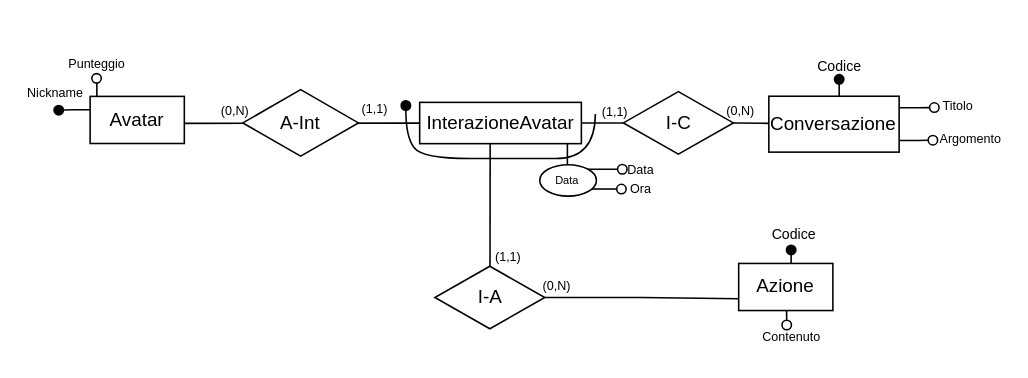
Earlier version of the draw.io diagram WP1/Pattern/AttributoDiRelazione/ReificazioneDiAttributoDiRelazioneDopo.drawio (pnocerino/BasiDiDati). Source tidied: cells renumbered, new cells numbered last; positions are measured from the earlier drawing's top-left corner, leaving out a move shared by most shapes. Both pictures are drawn from the tidied source at 157%, with x=0, y=0 at pixel (31, 42).
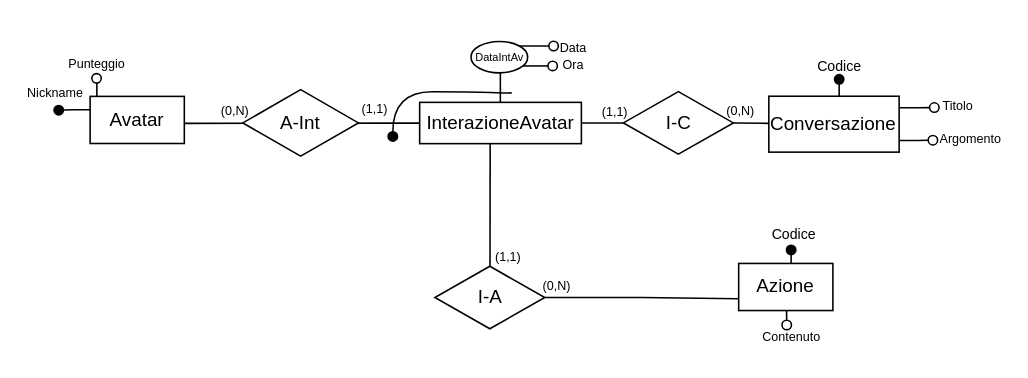
The same page after the edit.

What changed in the source:
```diff
@@
     <mxCell id="13" value="&lt;font style=&quot;font-size: 8px;&quot;&gt;Ora&lt;/font&gt;" style="text;html=1;align=center;verticalAlign=middle;whiteSpace=wrap;rounded=1;strokeColor=none;glass=0;" parent="1" vertex="1">
-      <mxGeometry x="373.3" y="85.9" width="30" height="11.5" as="geometry" />
+      <mxGeometry x="329.5" y="7.4" width="30" height="11.5" as="geometry" />
     </mxCell>
     <mxCell id="14" style="edgeStyle=orthogonalEdgeStyle;rounded=0;orthogonalLoop=1;jettySize=auto;html=1;exitX=1;exitY=1;exitDx=0;exitDy=0;endArrow=oval;endFill=0;" parent="1" edge="1">
       <mxGeometry relative="1" as="geometry">
-        <mxPoint x="354.2" y="92.9" as="sourcePoint" />
-        <mxPoint x="375.3" y="92.8" as="targetPoint" />
+        <mxPoint x="310.3" y="14.5" as="sourcePoint" />
+        <mxPoint x="331.5" y="14.4" as="targetPoint" />
       </mxGeometry>
     </mxCell>
     <mxCell id="15" value="&lt;font style=&quot;font-size: 8px;&quot;&gt;Data&lt;/font&gt;" style="text;html=1;align=center;verticalAlign=middle;whiteSpace=wrap;rounded=1;strokeColor=none;glass=0;" parent="1" vertex="1">
-      <mxGeometry x="373.3" y="77" width="30" height="6.5" as="geometry" />
+      <mxGeometry x="329.5" y="-1.4" width="30" height="6.5" as="geometry" />
     </mxCell>
@@
     <mxCell id="27" style="endArrow=none;html=1;rounded=0;" parent="1" edge="1">
       <mxGeometry relative="1" as="geometry">
-        <mxPoint x="340.9" y="83.5" as="sourcePoint" />
-        <mxPoint x="340.9" y="63.5" as="targetPoint" />
+        <mxPoint x="298.2" y="38.7" as="sourcePoint" />
+        <mxPoint x="298.2" y="18.7" as="targetPoint" />
       </mxGeometry>
     </mxCell>
@@
-    <mxCell id="29" value="&lt;p style=&quot;line-height: 110%;&quot;&gt;&lt;font style=&quot;font-size: 7px;&quot;&gt;Data&lt;/font&gt;&lt;/p&gt;" style="ellipse;whiteSpace=wrap;html=1;" parent="1" vertex="1">
-      <mxGeometry x="323.3" y="77.4" width="36.1" height="20" as="geometry" />
+    <mxCell id="29" value="&lt;p style=&quot;line-height: 110%;&quot;&gt;&lt;font style=&quot;font-size: 7px;&quot;&gt;DataIntAv&lt;/font&gt;&lt;/p&gt;" style="ellipse;whiteSpace=wrap;html=1;" parent="1" vertex="1">
+      <mxGeometry x="279.5" y="-1.1" width="36.1" height="20" as="geometry" />
     </mxCell>
@@
-    <mxCell id="43" style="curved=1;endArrow=oval;html=1;rounded=0;endFill=1;" parent="1" edge="1">
-      <mxGeometry relative="1" as="geometry">
-        <mxPoint x="358.7" y="45.1" as="sourcePoint" />
-        <mxPoint x="238" y="39.7" as="targetPoint" />
-        <Array as="points">
-          <mxPoint x="358.6" y="73.5" />
-          <mxPoint x="308.6" y="73.5" />
-          <mxPoint x="248.6" y="73.5" />
-          <mxPoint x="238" y="59.7" />
-        </Array>
-      </mxGeometry>
-    </mxCell>
+    <mxCell id="44" style="curved=1;endArrow=oval;html=1;rounded=0;endFill=1;" parent="1" edge="1">
+      <mxGeometry relative="1" as="geometry">
+        <mxPoint x="305.5" y="31.6" as="sourcePoint" />
+        <mxPoint x="229.7" y="59.4" as="targetPoint" />
+        <Array as="points">
+          <mxPoint x="304.1" y="31.9" />
+          <mxPoint x="279.8" y="30.9" />
+          <mxPoint x="229.8" y="30.9" />
+        </Array>
+      </mxGeometry>
+    </mxCell>
```
